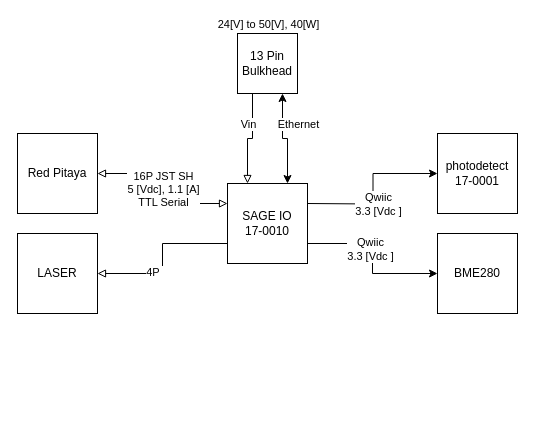
This is electrical/SAGE_Diagram.drawio from williamapardis/SAGE, a draw.io file, before an edit. Source tidied: cells renumbered, new cells numbered last; positions are measured from the earlier drawing's top-left corner, leaving out a move shared by most shapes. Both pictures are drawn from the tidied source at 100%, with x=0, y=0 at pixel (17, 33).
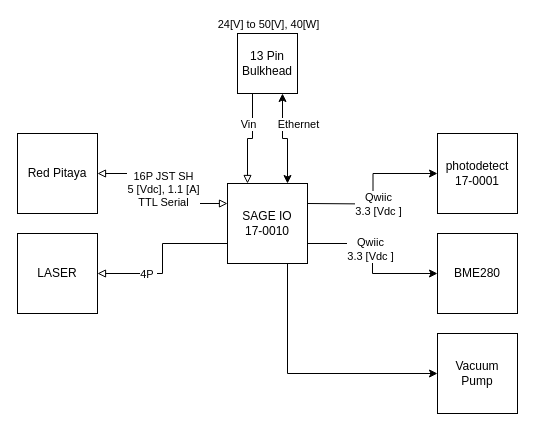
After the change.

Unchanged cells that the change refers to:
```xml
<mxCell id="9" style="edgeStyle=orthogonalEdgeStyle;rounded=0;jettySize=auto;html=1;exitX=0;exitY=0.75;exitDx=0;exitDy=0;endArrow=block;endFill=0;" parent="1" edge="1" source="11" target="20">
  <mxGeometry relative="1" as="geometry" />
</mxCell>
<mxCell id="11" value="SAGE IO&lt;br&gt;17-0010" style="whiteSpace=wrap;html=1;" parent="1" vertex="1">
  <mxGeometry x="210" y="150" width="80" height="80" as="geometry" />
</mxCell>
```

The edit, as a diff of the source:
```diff
@@
     <mxCell id="10" value="4P&amp;nbsp;" style="edgeLabel;html=1;align=center;verticalAlign=middle;" parent="9" vertex="1">
-      <mxGeometry x="0.3" y="-2" relative="1" as="geometry" />
+      <mxGeometry x="0.3" y="-2" relative="1" as="geometry">
+        <mxPoint x="-6" y="2" as="offset" />
+      </mxGeometry>
     </mxCell>
+    <mxCell id="21" style="edgeStyle=orthogonalEdgeStyle;rounded=0;jettySize=auto;html=1;exitX=0.75;exitY=1;exitDx=0;exitDy=0;entryX=0;entryY=0.5;entryDx=0;entryDy=0;" parent="1" edge="1" source="11" target="22">
+      <mxGeometry relative="1" as="geometry" />
+    </mxCell>
@@
+    <mxCell id="22" value="Vacuum&lt;br&gt;Pump" style="whiteSpace=wrap;html=1;" parent="1" vertex="1">
+      <mxGeometry x="420" y="300" width="80" height="80" as="geometry" />
+    </mxCell>
```
